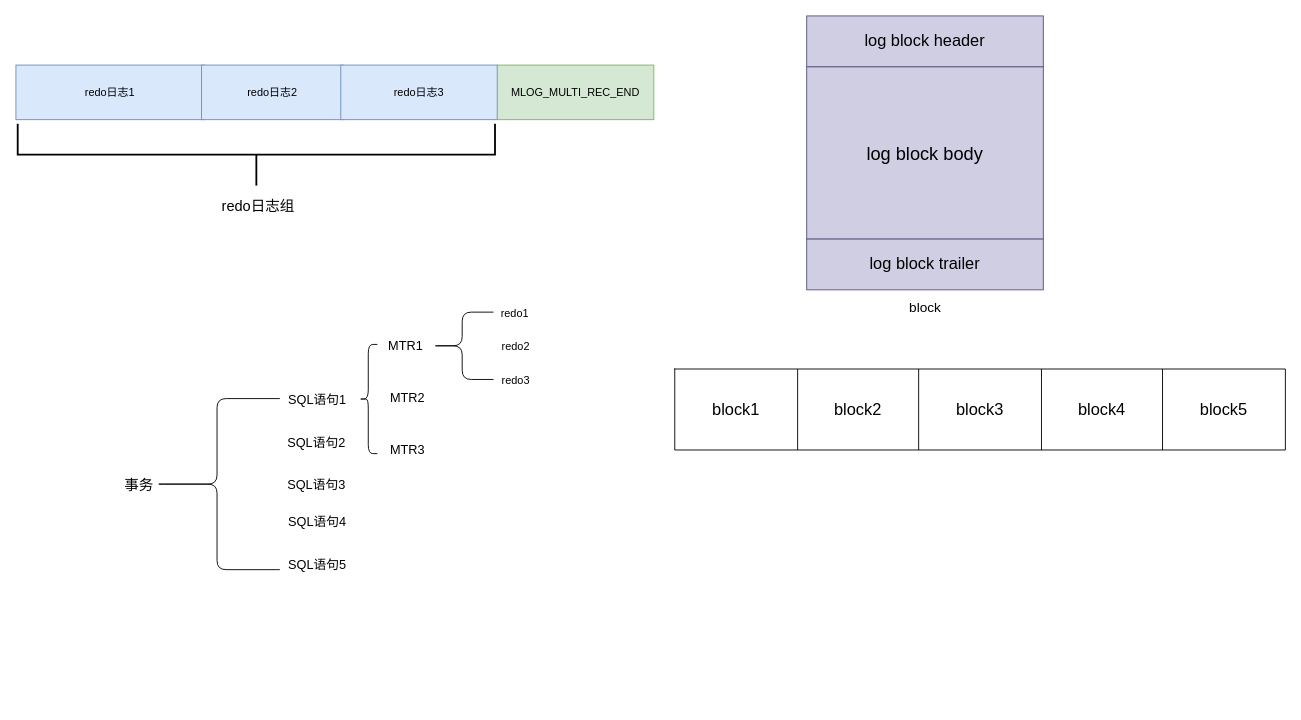
The draw.io diagram page "redo日志" (2 of 2) of MySQL是怎样运行的.drawio in HoShum/drawio, before the edit. Source tidied: cells renumbered, new cells numbered last; positions are measured from the earlier drawing's top-left corner, leaving out a move shared by most shapes. Both pictures are drawn from the tidied source at 91%, with x=0, y=0 at pixel (15, -85).
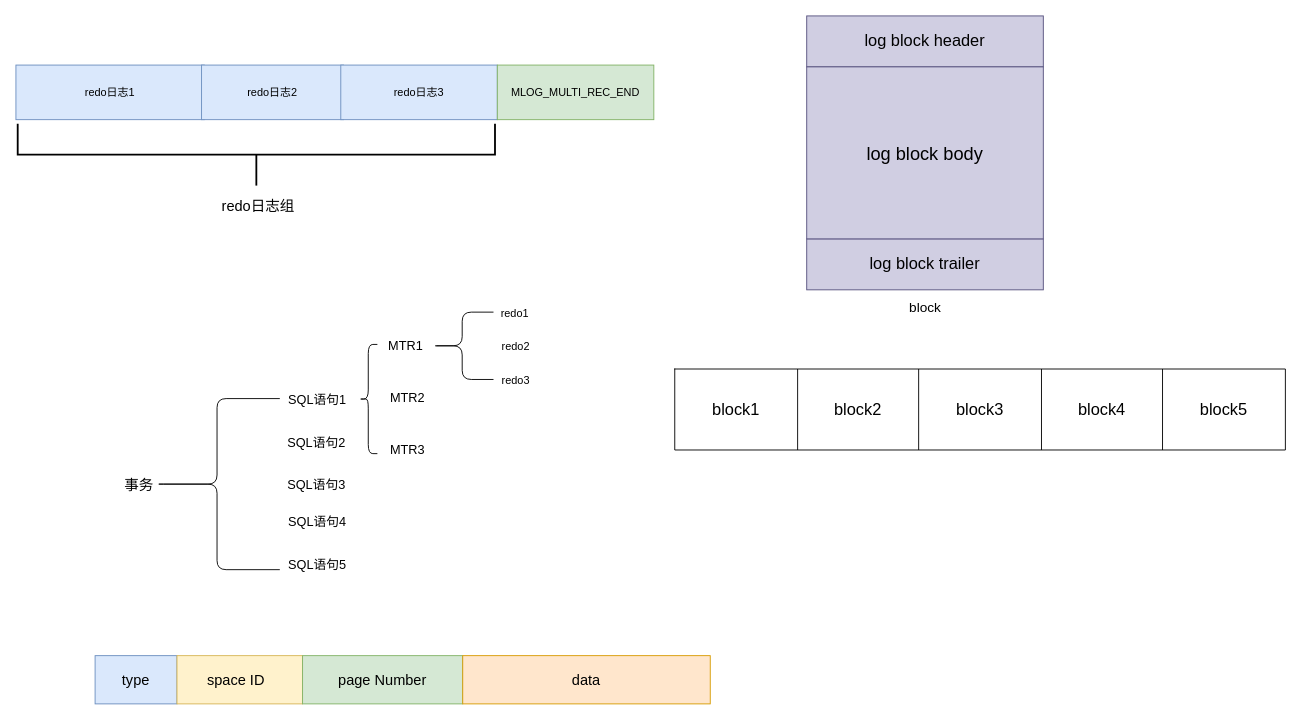
Above is the later version.

Commit message:
更新MySQL是怎样运行的.drawio

Diff of the diagram source:
```diff
@@
+    <mxCell id="35" value="type" style="rounded=0;whiteSpace=wrap;html=1;fontSize=16;fillColor=#dae8fc;strokeColor=#6c8ebf;" parent="1" vertex="1">
+      <mxGeometry x="87" y="813" width="90" height="53" as="geometry" />
+    </mxCell>
+    <mxCell id="36" value="space ID&lt;span style=&quot;white-space: pre;&quot;&gt;&#9;&lt;/span&gt;" style="rounded=0;whiteSpace=wrap;html=1;fontSize=16;fillColor=#fff2cc;strokeColor=#d6b656;" parent="1" vertex="1">
+      <mxGeometry x="177" y="813" width="138" height="53" as="geometry" />
+    </mxCell>
+    <mxCell id="37" value="page Number" style="rounded=0;whiteSpace=wrap;html=1;fontSize=16;fillColor=#d5e8d4;strokeColor=#82b366;" parent="1" vertex="1">
+      <mxGeometry x="315" y="813" width="176" height="53" as="geometry" />
+    </mxCell>
+    <mxCell id="38" value="data" style="rounded=0;whiteSpace=wrap;html=1;fontSize=16;fillColor=#ffe6cc;strokeColor=#d79b00;" parent="1" vertex="1">
+      <mxGeometry x="491" y="813" width="272" height="53" as="geometry" />
+    </mxCell>
```
